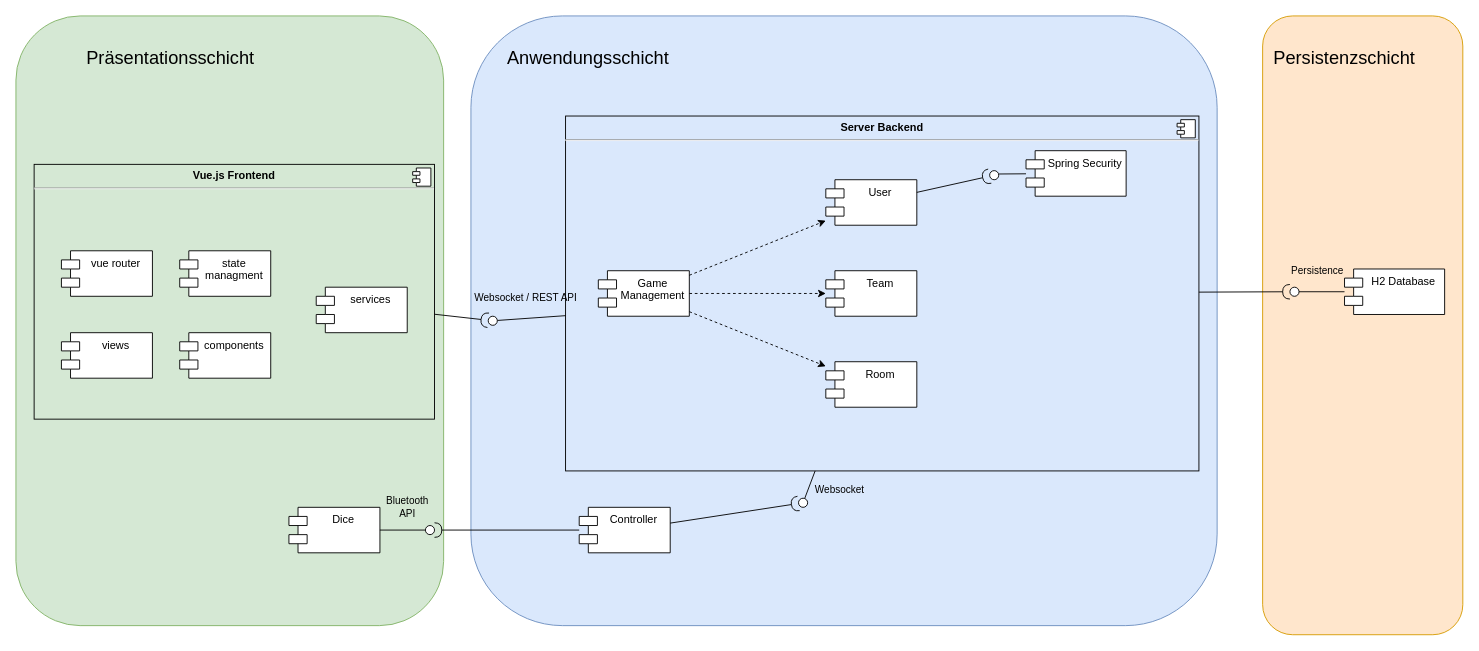
BeyerMart/softwareEngineeringClass-timeGuessGame keeps this draw.io diagram as documentation/Komponentendiagramm.drawio. Above is the earlier version. Source tidied: cells renumbered, new cells numbered last; positions are measured from the earlier drawing's top-left corner, leaving out a move shared by most shapes. Both pictures are drawn from the tidied source at 91%, with x=0, y=0 at pixel (15, 15).
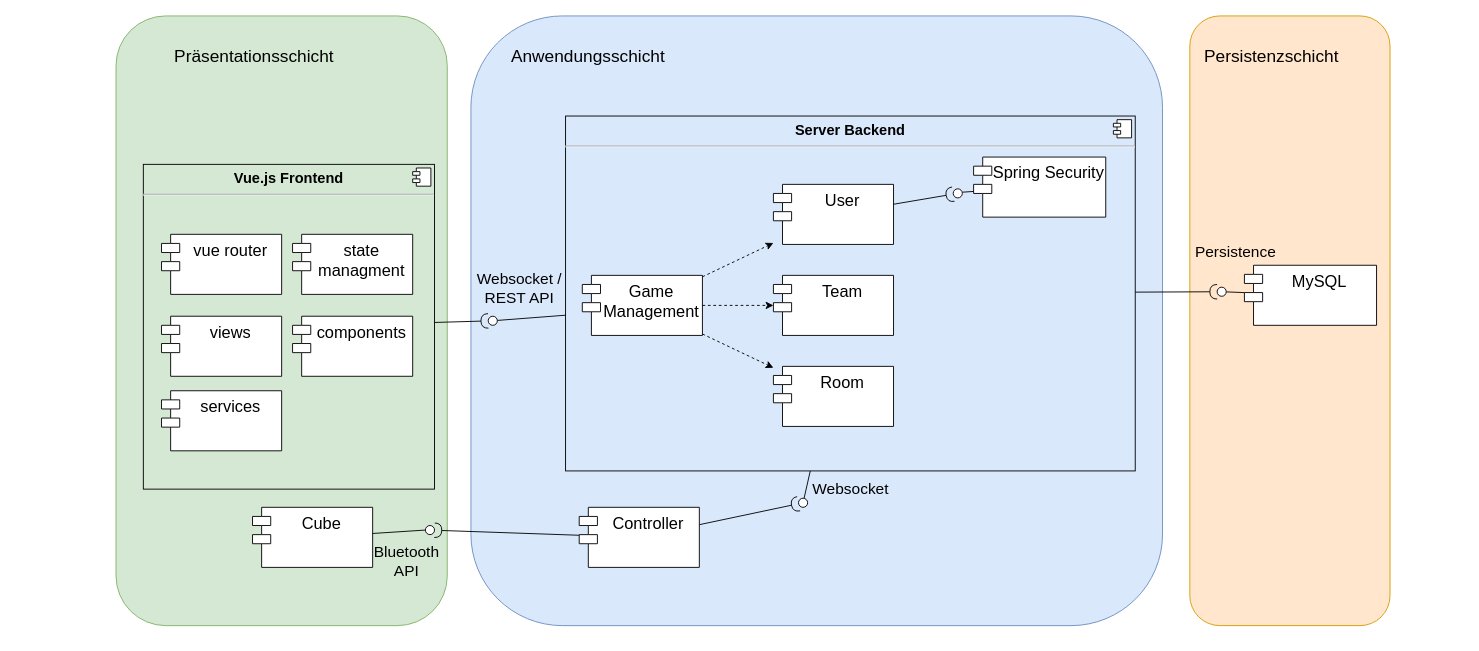
After the change.

The change refers to these unchanged cells:
```xml
<mxCell id="17" style="ellipse;whiteSpace=wrap;html=1;fontFamily=Helvetica;fontSize=12;fontColor=#000000;align=center;strokeColor=#000000;fillColor=#ffffff;points=[];" parent="1" vertex="1">
  <mxGeometry x="860" y="530" width="10" height="10" as="geometry" />
</mxCell>
<mxCell id="19" style="ellipse;whiteSpace=wrap;html=1;fontFamily=Helvetica;fontSize=12;fontColor=#000000;align=center;strokeColor=#000000;fillColor=#ffffff;points=[];" parent="1" vertex="1">
  <mxGeometry x="519" y="330" width="10" height="10" as="geometry" />
</mxCell>
```

Diff of the diagram source:
```diff
@@
     <mxCell id="2" style="rounded=1;whiteSpace=wrap;html=1;fillColor=#dae8fc;strokeColor=#6c8ebf;" parent="1" vertex="1">
-      <mxGeometry x="500" width="820" height="670" as="geometry" />
+      <mxGeometry x="500" width="760" height="670" as="geometry" />
     </mxCell>
     <mxCell id="3" style="rounded=1;whiteSpace=wrap;html=1;fillColor=#ffe6cc;strokeColor=#d79b00;" parent="1" vertex="1">
-      <mxGeometry x="1370" width="220" height="680" as="geometry" />
+      <mxGeometry x="1290" width="220" height="670" as="geometry" />
     </mxCell>
     <mxCell id="4" style="rounded=1;whiteSpace=wrap;html=1;fillColor=#d5e8d4;strokeColor=#82b366;" parent="1" vertex="1">
-      <mxGeometry width="470" height="670" as="geometry" />
+      <mxGeometry x="110" width="364" height="670" as="geometry" />
     </mxCell>
-    <mxCell id="5" value="&lt;p style=&quot;margin: 0px ; margin-top: 6px ; text-align: center&quot;&gt;&lt;b&gt;Server Backend&lt;/b&gt;&lt;/p&gt;&lt;hr&gt;&lt;p style=&quot;margin: 0px ; margin-left: 8px&quot;&gt;&lt;br&gt;&lt;/p&gt;" style="align=left;overflow=fill;html=1;fillColor=none;" parent="1" vertex="1">
-      <mxGeometry x="604" y="110" width="696" height="390" as="geometry" />
+    <mxCell id="5" value="&lt;p style=&quot;margin: 6px 0px 0px; text-align: center; font-size: 16px;&quot;&gt;&lt;b style=&quot;font-size: 16px;&quot;&gt;Server Backend&lt;/b&gt;&lt;/p&gt;&lt;hr style=&quot;font-size: 16px;&quot;&gt;&lt;p style=&quot;margin: 0px 0px 0px 8px; font-size: 16px;&quot;&gt;&lt;br style=&quot;font-size: 16px;&quot;&gt;&lt;/p&gt;" style="align=left;overflow=fill;html=1;fillColor=none;fontSize=16;" parent="1" vertex="1">
+      <mxGeometry x="604" y="110" width="626" height="390" as="geometry" />
     </mxCell>
@@
-    <mxCell id="8" value="User" style="shape=module;align=left;spacingLeft=20;align=center;verticalAlign=top;" parent="1" vertex="1">
-      <mxGeometry x="890" y="180" width="100" height="50" as="geometry" />
+    <mxCell id="8" value="User" style="shape=module;align=left;spacingLeft=20;align=center;verticalAlign=top;fontSize=18;" parent="1" vertex="1">
+      <mxGeometry x="832.4" y="185.1" width="132" height="66" as="geometry" />
     </mxCell>
-    <mxCell id="9" value="H2 Database" style="shape=module;align=left;spacingLeft=20;align=center;verticalAlign=top;" parent="1" vertex="1">
-      <mxGeometry x="1460" y="278.1" width="110" height="50" as="geometry" />
+    <mxCell id="9" value="MySQL" style="shape=module;align=left;spacingLeft=20;align=center;verticalAlign=top;fontSize=18;" parent="1" vertex="1">
+      <mxGeometry x="1350" y="274" width="145.2" height="66" as="geometry" />
     </mxCell>
-    <mxCell id="10" value="Controller" style="shape=module;align=left;spacingLeft=20;align=center;verticalAlign=top;" parent="1" vertex="1">
-      <mxGeometry x="619" y="540" width="100" height="50" as="geometry" />
+    <mxCell id="10" value="Controller" style="shape=module;align=left;spacingLeft=20;align=center;verticalAlign=top;fontSize=18;" parent="1" vertex="1">
+      <mxGeometry x="619" y="540" width="132" height="66" as="geometry" />
     </mxCell>
-    <mxCell id="11" value="Dice" style="shape=module;align=left;spacingLeft=20;align=center;verticalAlign=top;" parent="1" vertex="1">
-      <mxGeometry x="300" y="540" width="100" height="50" as="geometry" />
+    <mxCell id="11" value="Cube" style="shape=module;align=left;spacingLeft=20;align=center;verticalAlign=top;fontSize=18;" parent="1" vertex="1">
+      <mxGeometry x="260" y="540" width="132" height="66" as="geometry" />
     </mxCell>
-    <mxCell id="12" value="Bluetooth&lt;br&gt;API" style="rounded=0;jettySize=auto;html=1;endArrow=none;endFill=0;labelBackgroundColor=none;" parent="1" edge="1" source="11">
-      <mxGeometry x="0.2" y="25" relative="1" as="geometry">
+    <mxCell id="12" value="Bluetooth&lt;br style=&quot;font-size: 17px;&quot;&gt;API" style="rounded=0;jettySize=auto;html=1;endArrow=none;endFill=0;labelBackgroundColor=none;fontSize=17;" parent="1" edge="1" source="11">
+      <mxGeometry x="0.24" y="-34" relative="1" as="geometry">
         <mxPoint x="450" y="565" as="targetPoint" />
+        <mxPoint x="-1" as="offset" />
       </mxGeometry>
     </mxCell>
@@
-    <mxCell id="15" style="rounded=0;jettySize=auto;html=1;endArrow=none;endFill=0;" parent="1" edge="1" source="5" target="17">
+    <mxCell id="15" style="rounded=0;jettySize=auto;html=1;endArrow=none;endFill=0;fontSize=14;" parent="1" edge="1" source="5" target="17">
       <mxGeometry relative="1" as="geometry" />
     </mxCell>
-    <mxCell id="16" value="Websocket" style="edgeLabel;html=1;align=center;verticalAlign=middle;labelBackgroundColor=none;" parent="15" vertex="1">
+    <mxCell id="16" value="Websocket" style="edgeLabel;html=1;align=center;verticalAlign=middle;labelBackgroundColor=none;fontSize=17;" parent="15" vertex="1">
       <mxGeometry x="0.28" y="1" relative="1" as="geometry">
-        <mxPoint x="32.9" y="0.6" as="offset" />
+        <mxPoint x="47.5" y="0.3" as="offset" />
       </mxGeometry>
     </mxCell>
@@
-    <mxCell id="20" value="Websocket / REST API" style="rounded=0;jettySize=auto;html=1;endArrow=halfCircle;endFill=0;endSize=6;strokeWidth=1;labelBackgroundColor=none;" parent="1" edge="1" source="21" target="19">
-      <mxGeometry x="1" y="48" relative="1" as="geometry">
-        <mxPoint x="36" y="23" as="offset" />
+    <mxCell id="20" value="Websocket /&lt;br style=&quot;font-size: 17px;&quot;&gt;REST API" style="rounded=0;jettySize=auto;html=1;endArrow=halfCircle;endFill=0;endSize=6;strokeWidth=1;labelBackgroundColor=none;fontSize=17;" parent="1" edge="1" source="21" target="19">
+      <mxGeometry x="1" y="54" relative="1" as="geometry">
+        <mxPoint x="36" y="19" as="offset" />
       </mxGeometry>
     </mxCell>
-    <mxCell id="21" value="&lt;p style=&quot;margin: 0px ; margin-top: 6px ; text-align: center&quot;&gt;&lt;b&gt;Vue.js Frontend&lt;/b&gt;&lt;/p&gt;&lt;hr&gt;&lt;p style=&quot;margin: 0px ; margin-left: 8px&quot;&gt;&lt;br&gt;&lt;/p&gt;" style="align=left;overflow=fill;html=1;fillColor=none;" parent="1" vertex="1">
-      <mxGeometry x="20" y="163.1" width="440" height="280" as="geometry" />
+    <mxCell id="21" value="&lt;p style=&quot;margin: 6px 0px 0px; text-align: center; font-size: 16px;&quot;&gt;&lt;b style=&quot;font-size: 16px;&quot;&gt;Vue.js Frontend&lt;/b&gt;&lt;/p&gt;&lt;hr style=&quot;font-size: 16px;&quot;&gt;&lt;p style=&quot;margin: 0px 0px 0px 8px; font-size: 16px;&quot;&gt;&lt;br style=&quot;font-size: 16px;&quot;&gt;&lt;/p&gt;" style="align=left;overflow=fill;html=1;fillColor=none;fontSize=16;" parent="1" vertex="1">
+      <mxGeometry x="140" y="163.1" width="320" height="356.9" as="geometry" />
     </mxCell>
@@
-    <mxCell id="23" value="components" style="shape=module;align=left;spacingLeft=20;align=center;verticalAlign=top;" parent="1" vertex="1">
-      <mxGeometry x="180" y="348.1" width="100" height="50" as="geometry" />
+    <mxCell id="23" value="components" style="shape=module;align=left;spacingLeft=20;align=center;verticalAlign=top;fontSize=18;" parent="1" vertex="1">
+      <mxGeometry x="304" y="330" width="132" height="66" as="geometry" />
     </mxCell>
-    <mxCell id="24" value="views" style="shape=module;align=left;spacingLeft=20;align=center;verticalAlign=top;" parent="1" vertex="1">
-      <mxGeometry x="50" y="348.1" width="100" height="50" as="geometry" />
+    <mxCell id="24" value="views" style="shape=module;align=left;spacingLeft=20;align=center;verticalAlign=top;fontSize=18;" parent="1" vertex="1">
+      <mxGeometry x="160" y="330" width="132" height="66" as="geometry" />
     </mxCell>
-    <mxCell id="25" value="state&#10;managment" style="shape=module;align=left;spacingLeft=20;align=center;verticalAlign=top;" parent="1" vertex="1">
-      <mxGeometry x="180" y="258.1" width="100" height="50" as="geometry" />
+    <mxCell id="25" value="state&#10;managment" style="shape=module;align=left;spacingLeft=20;align=center;verticalAlign=top;fontSize=18;" parent="1" vertex="1">
+      <mxGeometry x="304" y="240" width="132" height="66" as="geometry" />
     </mxCell>
-    <mxCell id="26" value="vue router" style="shape=module;align=left;spacingLeft=20;align=center;verticalAlign=top;" parent="1" vertex="1">
-      <mxGeometry x="50" y="258.1" width="100" height="50" as="geometry" />
+    <mxCell id="26" value="vue router" style="shape=module;align=left;spacingLeft=20;align=center;verticalAlign=top;fontSize=18;" parent="1" vertex="1">
+      <mxGeometry x="160" y="240" width="132" height="66" as="geometry" />
     </mxCell>
-    <mxCell id="27" value="services" style="shape=module;align=left;spacingLeft=20;align=center;verticalAlign=top;" parent="1" vertex="1">
-      <mxGeometry x="330" y="298.1" width="100" height="50" as="geometry" />
+    <mxCell id="27" value="services" style="shape=module;align=left;spacingLeft=20;align=center;verticalAlign=top;fontSize=18;" parent="1" vertex="1">
+      <mxGeometry x="160" y="411.9" width="132" height="66" as="geometry" />
     </mxCell>
-    <mxCell id="28" value="Spring Security" style="shape=module;align=left;spacingLeft=20;align=center;verticalAlign=top;" parent="1" vertex="1">
-      <mxGeometry x="1110" y="148.1" width="110" height="50" as="geometry" />
+    <mxCell id="28" value="Spring Security" style="shape=module;align=left;spacingLeft=20;align=center;verticalAlign=top;fontSize=18;" parent="1" vertex="1">
+      <mxGeometry x="1052.4" y="155.1" width="145.2" height="66" as="geometry" />
     </mxCell>
-    <mxCell id="29" value="Game&#10;Management" style="shape=module;align=left;spacingLeft=20;align=center;verticalAlign=top;" parent="1" vertex="1">
-      <mxGeometry x="640" y="280" width="100" height="50" as="geometry" />
+    <mxCell id="29" value="Game&#10;Management" style="shape=module;align=left;spacingLeft=20;align=center;verticalAlign=top;fontSize=18;" parent="1" vertex="1">
+      <mxGeometry x="622.4" y="285.1" width="132" height="66" as="geometry" />
     </mxCell>
-    <mxCell id="30" value="Team" style="shape=module;align=left;spacingLeft=20;align=center;verticalAlign=top;" parent="1" vertex="1">
-      <mxGeometry x="890" y="280" width="100" height="50" as="geometry" />
+    <mxCell id="30" value="Team" style="shape=module;align=left;spacingLeft=20;align=center;verticalAlign=top;fontSize=18;" parent="1" vertex="1">
+      <mxGeometry x="832.4" y="285.1" width="132" height="66" as="geometry" />
     </mxCell>
-    <mxCell id="31" value="Room" style="shape=module;align=left;spacingLeft=20;align=center;verticalAlign=top;" parent="1" vertex="1">
-      <mxGeometry x="890" y="380" width="100" height="50" as="geometry" />
+    <mxCell id="31" value="Room" style="shape=module;align=left;spacingLeft=20;align=center;verticalAlign=top;fontSize=18;" parent="1" vertex="1">
+      <mxGeometry x="832.4" y="385.1" width="132" height="66" as="geometry" />
     </mxCell>
     <mxCell id="32" style="rounded=0;jettySize=auto;html=1;endArrow=none;endFill=0;" parent="1" edge="1" source="28">
       <mxGeometry relative="1" as="geometry">
-        <mxPoint x="1080" y="173.7" as="targetPoint" />
+        <mxPoint x="1040" y="193.7" as="targetPoint" />
       </mxGeometry>
     </mxCell>
@@
     <mxCell id="34" style="ellipse;whiteSpace=wrap;html=1;fontFamily=Helvetica;fontSize=12;fontColor=#000000;align=center;strokeColor=#000000;fillColor=#ffffff;points=[];" parent="1" vertex="1">
-      <mxGeometry x="1070" y="170" width="10" height="10" as="geometry" />
+      <mxGeometry x="1030" y="190" width="10" height="10" as="geometry" />
     </mxCell>
-    <mxCell id="35" value="Persistence" style="rounded=0;jettySize=auto;html=1;endArrow=none;endFill=0;labelBackgroundColor=none;" parent="1" edge="1" source="9" target="40">
-      <mxGeometry x="0.2" y="-23" relative="1" as="geometry" />
+    <mxCell id="35" value="Persistence" style="rounded=0;jettySize=auto;html=1;endArrow=none;endFill=0;labelBackgroundColor=none;fontSize=17;" parent="1" edge="1" source="9" target="40">
+      <mxGeometry x="0.17" y="-44" relative="1" as="geometry" />
     </mxCell>
     <mxCell id="36" style="rounded=0;jettySize=auto;html=1;endArrow=halfCircle;endFill=0;endSize=6;strokeWidth=1;" parent="1" edge="1" source="40">
       <mxGeometry relative="1" as="geometry">
-        <mxPoint x="1410" y="305" as="targetPoint" />
+        <mxPoint x="1330" y="305" as="targetPoint" />
       </mxGeometry>
     </mxCell>
@@
     <mxCell id="40" style="ellipse;whiteSpace=wrap;html=1;fontFamily=Helvetica;fontSize=12;fontColor=#000000;align=center;strokeColor=#000000;fillColor=#ffffff;points=[];" parent="1" vertex="1">
-      <mxGeometry x="1400" y="298.1" width="10" height="10" as="geometry" />
+      <mxGeometry x="1320" y="298.1" width="10" height="10" as="geometry" />
     </mxCell>
@@
-    <mxCell id="42" value="&lt;font style=&quot;font-size: 20px&quot;&gt;Präsentationsschicht&lt;/font&gt;" style="text;html=1;strokeColor=none;fillColor=none;align=center;verticalAlign=middle;whiteSpace=wrap;rounded=0;" parent="1" vertex="1">
-      <mxGeometry x="40" y="10" width="260" height="70" as="geometry" />
+    <mxCell id="42" value="&lt;font style=&quot;font-size: 19px;&quot;&gt;Präsentationsschicht&lt;/font&gt;" style="text;html=1;strokeColor=none;fillColor=none;align=center;verticalAlign=middle;whiteSpace=wrap;rounded=0;fontSize=19;" parent="1" vertex="1">
+      <mxGeometry x="132" y="10" width="260" height="70" as="geometry" />
     </mxCell>
-    <mxCell id="43" value="&lt;font style=&quot;font-size: 20px&quot;&gt;Anwendungsschicht&lt;/font&gt;" style="text;html=1;strokeColor=none;fillColor=none;align=center;verticalAlign=middle;whiteSpace=wrap;rounded=0;" parent="1" vertex="1">
+    <mxCell id="43" value="&lt;font style=&quot;font-size: 19px;&quot;&gt;Anwendungsschicht&lt;/font&gt;" style="text;html=1;strokeColor=none;fillColor=none;align=center;verticalAlign=middle;whiteSpace=wrap;rounded=0;fontSize=19;" parent="1" vertex="1">
       <mxGeometry x="539" y="20" width="180" height="50" as="geometry" />
     </mxCell>
-    <mxCell id="44" value="&lt;font style=&quot;font-size: 20px&quot;&gt;Persistenzschicht&lt;/font&gt;" style="text;html=1;strokeColor=none;fillColor=none;align=center;verticalAlign=middle;whiteSpace=wrap;rounded=0;" parent="1" vertex="1">
-      <mxGeometry x="1370" y="20" width="180" height="50" as="geometry" />
+    <mxCell id="44" value="&lt;font style=&quot;font-size: 19px;&quot;&gt;Persistenzschicht&lt;/font&gt;" style="text;html=1;strokeColor=none;fillColor=none;align=center;verticalAlign=middle;whiteSpace=wrap;rounded=0;fontSize=19;" parent="1" vertex="1">
+      <mxGeometry x="1290" y="20" width="180" height="50" as="geometry" />
     </mxCell>
+    <mxCell id="45" style="edgeStyle=orthogonalEdgeStyle;rounded=0;orthogonalLoop=1;jettySize=auto;html=1;exitX=0.5;exitY=1;exitDx=0;exitDy=0;fontSize=19;" parent="1" edge="1" source="3" target="3">
+      <mxGeometry relative="1" as="geometry" />
+    </mxCell>
```
